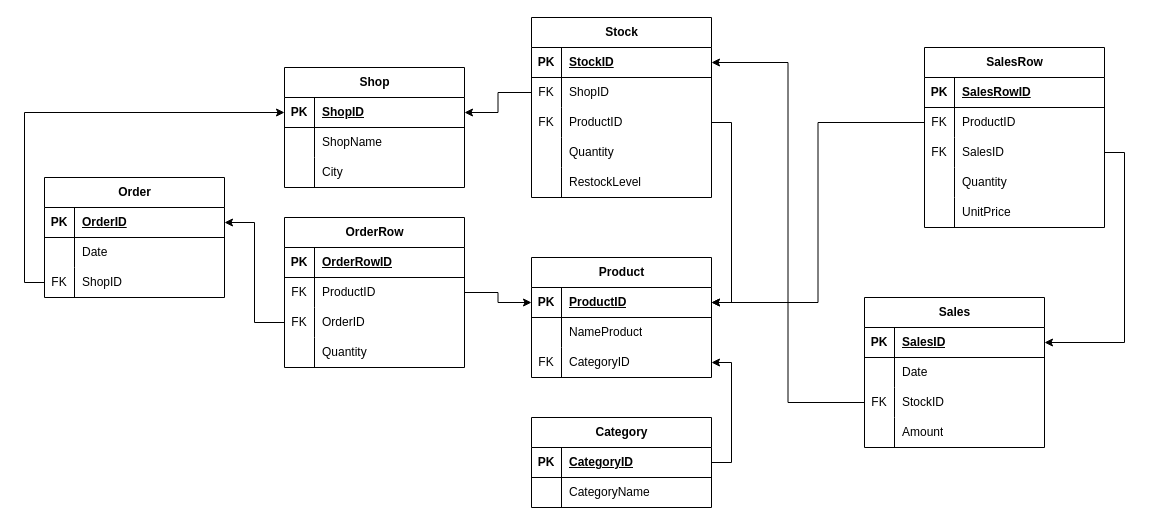
Above: Diagramma senza titolo.drawio in LuigiSolazzi/EpicodeSQL (draw.io), before the change. Source tidied: cells renumbered, new cells numbered last; positions are measured from the earlier drawing's top-left corner, leaving out a move shared by most shapes. Both pictures are drawn from the tidied source at 100%, with x=0, y=0 at pixel (44, 17).
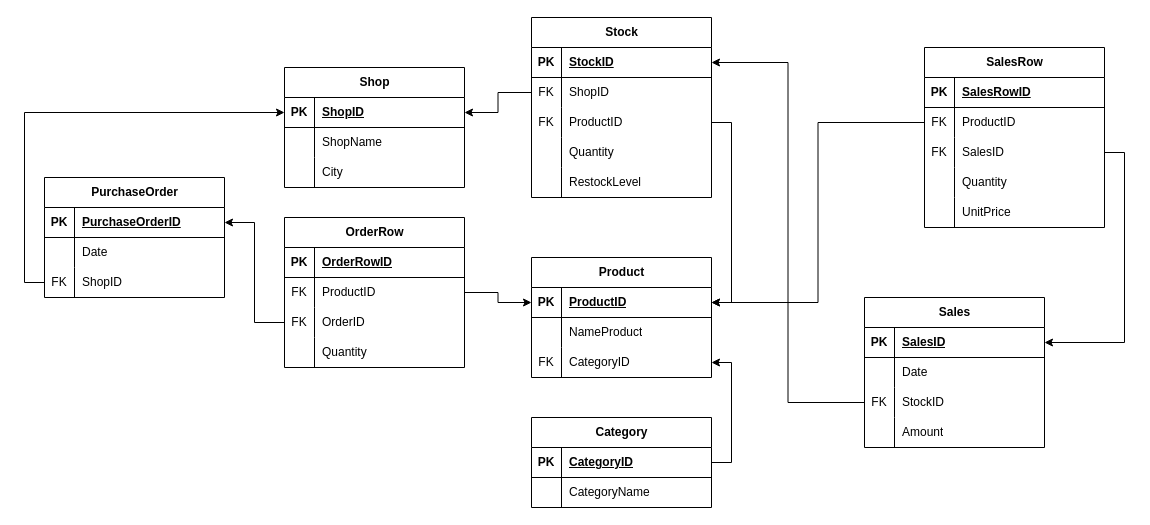
After the change.

The change refers to these unchanged cells:
```xml
<mxCell id="39" style="shape=tableRow;horizontal=0;startSize=0;swimlaneHead=0;swimlaneBody=0;fillColor=none;points=[[0,0.5],[1,0.5]];portConstraint=eastwest;top=0;left=0;right=0;bottom=1;" parent="38" vertex="1">
  <mxGeometry y="30" width="180" height="30" as="geometry" />
</mxCell>
```

Change to the diagram source:
```diff
@@
-    <mxCell id="38" value="Order" style="shape=table;startSize=30;childLayout=tableLayout;rowLines=0;fontStyle=1;align=center;html=1;" parent="1" vertex="1">
+    <mxCell id="38" value="PurchaseOrder" style="shape=table;startSize=30;childLayout=tableLayout;rowLines=0;fontStyle=1;align=center;html=1;" parent="1" vertex="1">
       <mxGeometry y="160" width="180" height="120" as="geometry" />
     </mxCell>
@@
-    <mxCell id="41" value="OrderID" style="shape=partialRectangle;fillColor=none;top=0;left=0;bottom=0;right=0;align=left;spacingLeft=6;fontStyle=5;overflow=hidden;whiteSpace=wrap;html=1;" parent="39" vertex="1">
+    <mxCell id="41" value="&lt;span style=&quot;text-align: center; text-wrap: nowrap;&quot;&gt;PurchaseOrderI&lt;/span&gt;D" style="shape=partialRectangle;fillColor=none;top=0;left=0;bottom=0;right=0;align=left;spacingLeft=6;fontStyle=5;overflow=hidden;whiteSpace=wrap;html=1;" parent="39" vertex="1">
       <mxGeometry x="30" width="150" height="30" as="geometry" />
     </mxCell>
```
